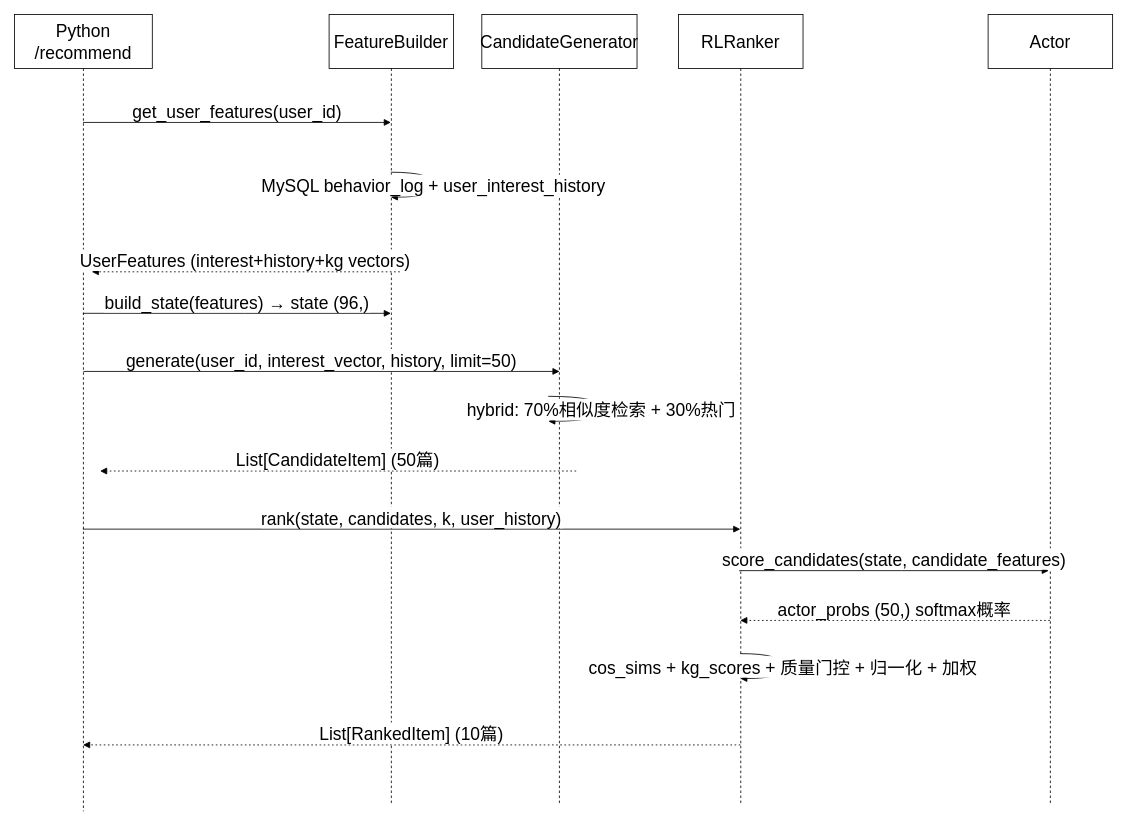
The draw.io diagram docs/draw/17-commend.drawio in this1is1i/ACSR, before the edit. Source tidied: cells renumbered, new cells numbered last; positions are measured from the earlier drawing's top-left corner, leaving out a move shared by most shapes. Both pictures are drawn from the tidied source at 83%, with x=0, y=0 at pixel (-1441, 14).
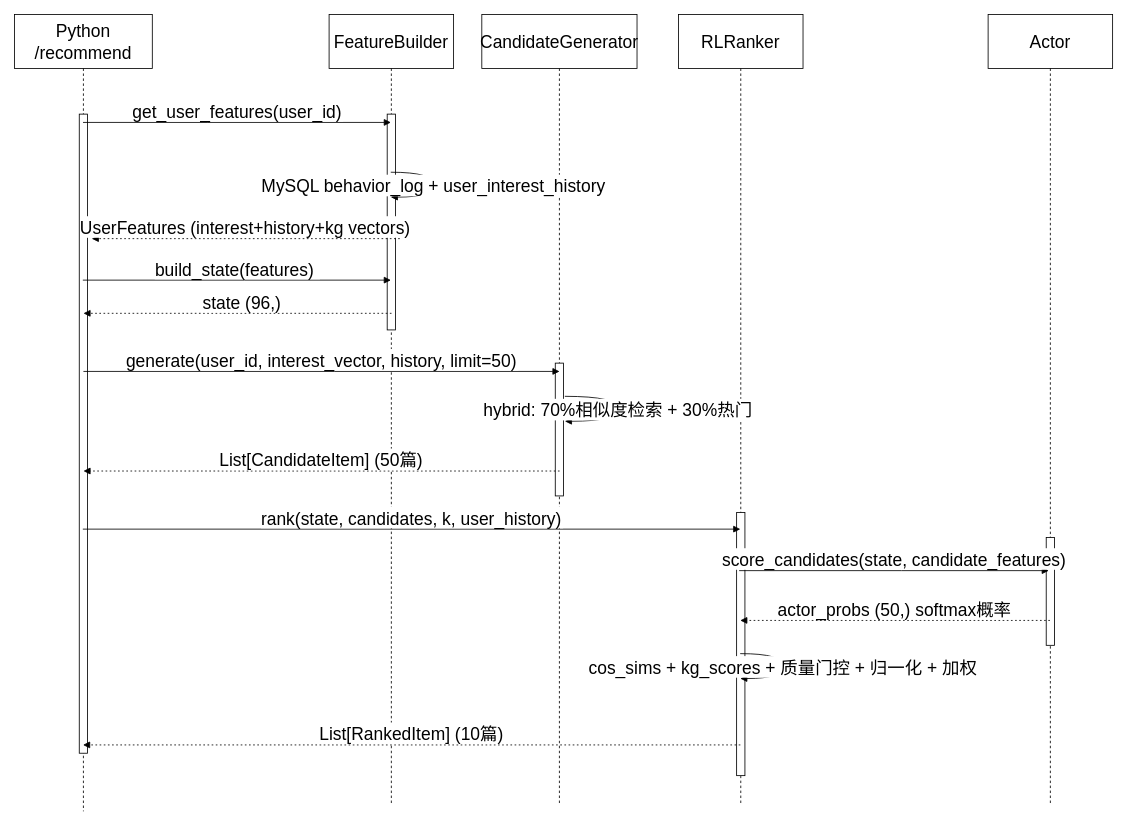
After the change.

The change refers to these unchanged cells:
```xml
<mxCell id="2" value="Python /recommend" style="shape=umlLifeline;perimeter=lifelinePerimeter;whiteSpace=wrap;outlineConnect=0;portConstraint=eastwest;newEdgeStyle={&quot;edgeStyle&quot;:&quot;elbowEdgeStyle&quot;,&quot;elbow&quot;:&quot;vertical&quot;,&quot;curved&quot;:0,&quot;rounded&quot;:0};size=65;fontSize=21;" parent="1" vertex="1">
  <mxGeometry x="1753" width="166" height="960" as="geometry" />
</mxCell>
<mxCell id="3" value="FeatureBuilder" style="shape=umlLifeline;perimeter=lifelinePerimeter;whiteSpace=wrap;outlineConnect=0;portConstraint=eastwest;newEdgeStyle={&quot;edgeStyle&quot;:&quot;elbowEdgeStyle&quot;,&quot;elbow&quot;:&quot;vertical&quot;,&quot;curved&quot;:0,&quot;rounded&quot;:0};size=65;fontSize=21;" parent="1" vertex="1">
  <mxGeometry x="2132" width="150" height="950" as="geometry" />
</mxCell>
<mxCell id="4" value="CandidateGenerator" style="shape=umlLifeline;perimeter=lifelinePerimeter;whiteSpace=wrap;newEdgeStyle={&quot;edgeStyle&quot;:&quot;elbowEdgeStyle&quot;,&quot;elbow&quot;:&quot;vertical&quot;,&quot;curved&quot;:0,&quot;rounded&quot;:0};size=65;fontSize=21;" parent="1" vertex="1">
  <mxGeometry x="2316" width="187" height="950" as="geometry" />
</mxCell>
<mxCell id="5" value="RLRanker" style="shape=umlLifeline;perimeter=lifelinePerimeter;whiteSpace=wrap;outlineConnect=0;portConstraint=eastwest;newEdgeStyle={&quot;edgeStyle&quot;:&quot;elbowEdgeStyle&quot;,&quot;elbow&quot;:&quot;vertical&quot;,&quot;curved&quot;:0,&quot;rounded&quot;:0};size=65;fontSize=21;" parent="1" vertex="1">
  <mxGeometry x="2553" width="150" height="950" as="geometry" />
</mxCell>
<mxCell id="6" value="Actor" style="shape=umlLifeline;perimeter=lifelinePerimeter;whiteSpace=wrap;newEdgeStyle={&quot;edgeStyle&quot;:&quot;elbowEdgeStyle&quot;,&quot;elbow&quot;:&quot;vertical&quot;,&quot;curved&quot;:0,&quot;rounded&quot;:0};size=65;fontSize=21;" parent="1" vertex="1">
  <mxGeometry x="2926" width="150" height="950" as="geometry" />
</mxCell>
```

What changed in the source:
```diff
@@
+    <mxCell id="24" style="perimeter=orthogonalPerimeter;targetShapes=umlLifeline;newEdgeStyle={&quot;edgeStyle&quot;:&quot;elbowEdgeStyle&quot;,&quot;elbow&quot;:&quot;vertical&quot;,&quot;curved&quot;:0,&quot;rounded&quot;:0};" parent="2" vertex="1">
+      <mxGeometry x="78" y="120" width="10" height="770" as="geometry" />
+    </mxCell>
@@
+    <mxCell id="25" style="perimeter=orthogonalPerimeter;targetShapes=umlLifeline;newEdgeStyle={&quot;edgeStyle&quot;:&quot;elbowEdgeStyle&quot;,&quot;elbow&quot;:&quot;vertical&quot;,&quot;curved&quot;:0,&quot;rounded&quot;:0};" parent="3" vertex="1">
+      <mxGeometry x="70" y="120" width="10" height="260" as="geometry" />
+    </mxCell>
@@
+    <mxCell id="26" style="perimeter=orthogonalPerimeter;targetShapes=umlLifeline;newEdgeStyle={&quot;edgeStyle&quot;:&quot;elbowEdgeStyle&quot;,&quot;elbow&quot;:&quot;vertical&quot;,&quot;curved&quot;:0,&quot;rounded&quot;:0};" parent="4" vertex="1">
+      <mxGeometry x="88.5" y="420" width="10" height="160" as="geometry" />
+    </mxCell>
@@
+    <mxCell id="27" style="perimeter=orthogonalPerimeter;targetShapes=umlLifeline;newEdgeStyle={&quot;edgeStyle&quot;:&quot;elbowEdgeStyle&quot;,&quot;elbow&quot;:&quot;vertical&quot;,&quot;curved&quot;:0,&quot;rounded&quot;:0};" parent="5" vertex="1">
+      <mxGeometry x="70" y="600" width="10" height="317" as="geometry" />
+    </mxCell>
@@
+    <mxCell id="28" style="perimeter=orthogonalPerimeter;targetShapes=umlLifeline;newEdgeStyle={&quot;edgeStyle&quot;:&quot;elbowEdgeStyle&quot;,&quot;elbow&quot;:&quot;vertical&quot;,&quot;curved&quot;:0,&quot;rounded&quot;:0};" parent="6" vertex="1">
+      <mxGeometry x="70" y="630" width="10" height="130" as="geometry" />
+    </mxCell>
@@
     <mxCell id="10" value="UserFeatures (interest+history+kg vectors)" style="verticalAlign=bottom;edgeStyle=elbowEdgeStyle;elbow=vertical;curved=0;rounded=0;dashed=1;dashPattern=2 3;endArrow=block;fontSize=21;" parent="1" edge="1">
       <mxGeometry relative="1" as="geometry">
-        <mxPoint x="2217.2" y="310" as="sourcePoint" />
-        <mxPoint x="1846" y="310" as="targetPoint" />
+        <mxPoint x="2217.2" y="270" as="sourcePoint" />
+        <mxPoint x="1846" y="270" as="targetPoint" />
         <Array as="points">
-          <mxPoint x="2043.7" y="310" />
+          <mxPoint x="2043.7" y="270" />
         </Array>
       </mxGeometry>
     </mxCell>
-    <mxCell id="11" value="build_state(features) → state (96,)" style="verticalAlign=bottom;edgeStyle=elbowEdgeStyle;elbow=vertical;curved=0;rounded=0;endArrow=block;fontSize=21;" parent="1" edge="1">
+    <mxCell id="11" value="build_state(features) " style="verticalAlign=bottom;edgeStyle=elbowEdgeStyle;elbow=vertical;curved=0;rounded=0;endArrow=block;fontSize=21;" parent="1" edge="1">
       <mxGeometry relative="1" as="geometry">
-        <mxPoint x="1835.3" y="360" as="sourcePoint" />
-        <mxPoint x="2206.5" y="360" as="targetPoint" />
+        <mxPoint x="1835.3" y="320" as="sourcePoint" />
+        <mxPoint x="2206.5" y="320" as="targetPoint" />
         <Array as="points">
-          <mxPoint x="2030" y="360" />
+          <mxPoint x="2030" y="320" />
         </Array>
       </mxGeometry>
     </mxCell>
@@
     <mxCell id="13" value="hybrid: 70%相似度检索 + 30%热门" style="curved=1;endArrow=block;rounded=0;fontSize=21;" parent="1" edge="1">
       <mxGeometry relative="1" as="geometry">
-        <mxPoint x="2396" y="460" as="sourcePoint" />
-        <mxPoint x="2396" y="490" as="targetPoint" />
+        <mxPoint x="2416" y="460" as="sourcePoint" />
+        <mxPoint x="2416" y="490" as="targetPoint" />
         <Array as="points">
-          <mxPoint x="2460.2" y="460" />
-          <mxPoint x="2460.2" y="490" />
+          <mxPoint x="2480.2" y="460" />
+          <mxPoint x="2480.2" y="490" />
         </Array>
       </mxGeometry>
     </mxCell>
     <mxCell id="14" value="List[CandidateItem] (50篇)" style="verticalAlign=bottom;edgeStyle=elbowEdgeStyle;elbow=vertical;curved=0;rounded=0;dashed=1;dashPattern=2 3;endArrow=block;fontSize=21;" parent="1" edge="1">
       <mxGeometry relative="1" as="geometry">
-        <mxPoint x="2429.7" y="550" as="sourcePoint" />
-        <mxPoint x="1856" y="550" as="targetPoint" />
+        <mxPoint x="2409.7" y="550" as="sourcePoint" />
+        <mxPoint x="1836" y="550" as="targetPoint" />
         <Array as="points">
-          <mxPoint x="2161.7" y="550" />
+          <mxPoint x="2141.7" y="550" />
         </Array>
       </mxGeometry>
     </mxCell>
@@
+    <mxCell id="29" value="state (96,)" style="verticalAlign=bottom;edgeStyle=elbowEdgeStyle;elbow=vertical;curved=0;rounded=0;dashed=1;dashPattern=2 3;endArrow=block;fontSize=21;" parent="1" edge="1">
+      <mxGeometry x="-0.03" relative="1" as="geometry">
+        <mxPoint x="2207.2" y="360" as="sourcePoint" />
+        <mxPoint x="1836" y="360" as="targetPoint" />
+        <Array as="points">
+          <mxPoint x="2033.7" y="360" />
+        </Array>
+      </mxGeometry>
+    </mxCell>
```
